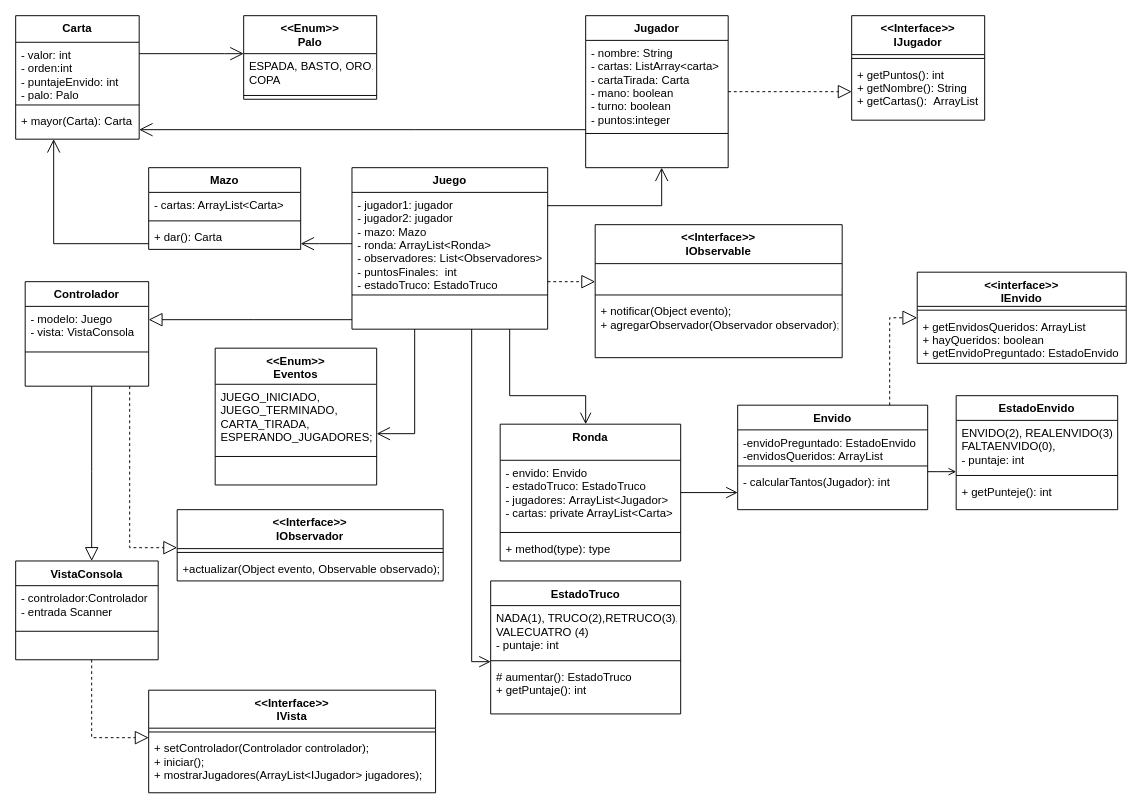
Earlier version of the draw.io diagram Truco/Diagrama-Truco.drawio (LucasLatessa/ProgramacionOO-Lucas_Latessa). Source tidied: cells renumbered, new cells numbered last; positions are measured from the earlier drawing's top-left corner, leaving out a move shared by most shapes. Both pictures are drawn from the tidied source at 95%, with x=0, y=0 at pixel (15, 15).
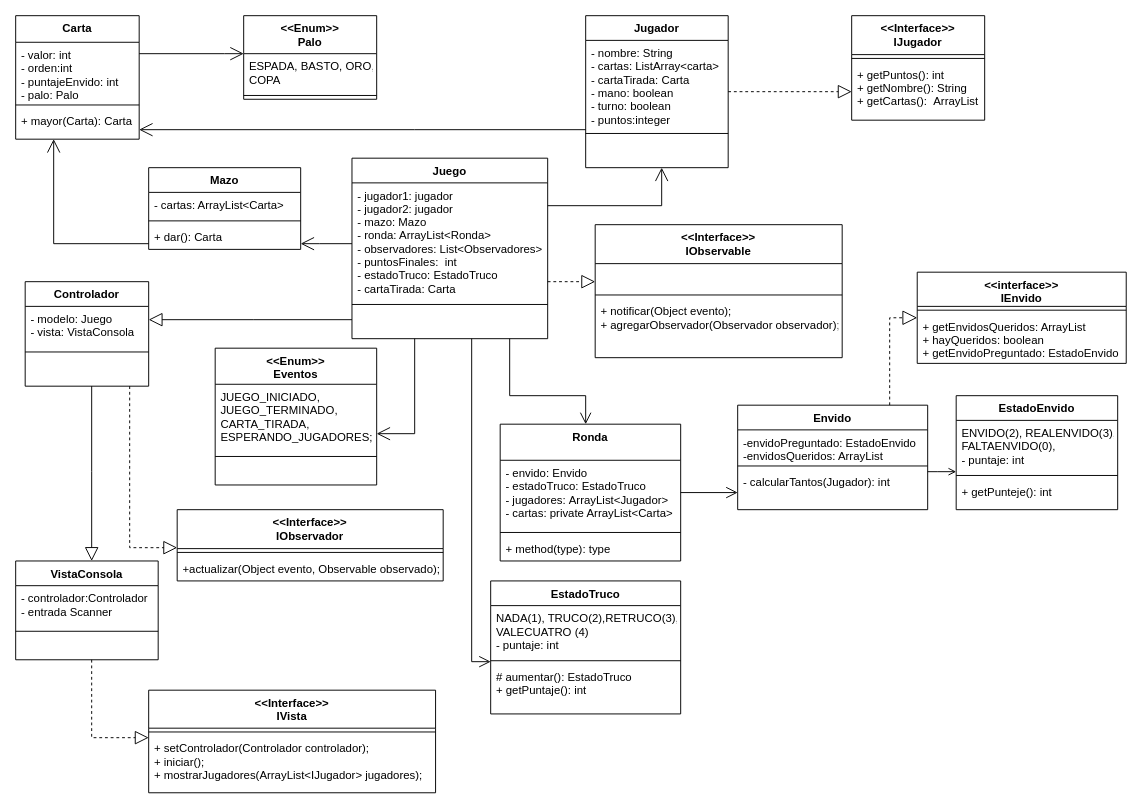
After the change.

Diff of the diagram source:
```diff
@@
     <mxCell id="5" value="Juego" style="swimlane;fontStyle=1;align=center;verticalAlign=top;horizontal=1;startSize=26;" parent="1" vertex="1">
-      <mxGeometry x="354" y="160" width="206" height="170" as="geometry" />
+      <mxGeometry x="354" y="150" width="206" height="190" as="geometry" />
     </mxCell>
-    <mxCell id="6" value="- jugador1: jugador&#10;- jugador2: jugador&#10;- mazo: Mazo&#10;- ronda: ArrayList&lt;Ronda&gt;&#10;- observadores: List&lt;Observadores&gt;&#10;- puntosFinales:  int&#10;- estadoTruco: EstadoTruco" style="text;strokeColor=none;fillColor=none;align=left;verticalAlign=top;spacingLeft=4;spacingRight=4;overflow=hidden;" parent="5" vertex="1">
-      <mxGeometry y="26" width="206" height="104" as="geometry" />
+    <mxCell id="6" value="- jugador1: jugador&#10;- jugador2: jugador&#10;- mazo: Mazo&#10;- ronda: ArrayList&lt;Ronda&gt;&#10;- observadores: List&lt;Observadores&gt;&#10;- puntosFinales:  int&#10;- estadoTruco: EstadoTruco&#10;- cartaTirada: Carta " style="text;strokeColor=none;fillColor=none;align=left;verticalAlign=top;spacingLeft=4;spacingRight=4;overflow=hidden;" parent="5" vertex="1">
+      <mxGeometry y="26" width="206" height="124" as="geometry" />
     </mxCell>
     <mxCell id="7" style="line;strokeWidth=1;fillColor=none;align=left;verticalAlign=middle;spacingTop=-1;spacingLeft=3;spacingRight=3;labelPosition=right;strokeColor=inherit;" parent="5" vertex="1">
-      <mxGeometry y="130" width="206" height="8" as="geometry" />
+      <mxGeometry y="150" width="206" height="8" as="geometry" />
     </mxCell>
     <mxCell id="8" value=" " style="text;strokeColor=none;fillColor=none;align=left;verticalAlign=top;spacingLeft=4;spacingRight=4;overflow=hidden;" parent="5" vertex="1">
-      <mxGeometry y="138" width="206" height="32" as="geometry" />
+      <mxGeometry y="158" width="206" height="32" as="geometry" />
     </mxCell>
```
